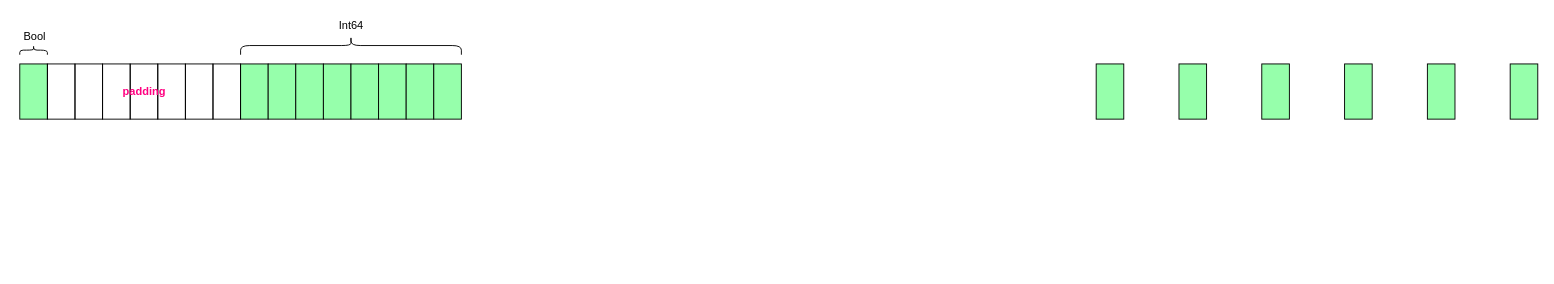
Dcell/drawio keeps this draw.io diagram as ml.drawio. Above is the earlier version. Source tidied: cells renumbered, new cells numbered last; positions are measured from the earlier drawing's top-left corner, leaving out a move shared by most shapes. Both pictures are drawn from the tidied source at 92%, with x=0, y=0 at pixel (16, 16).
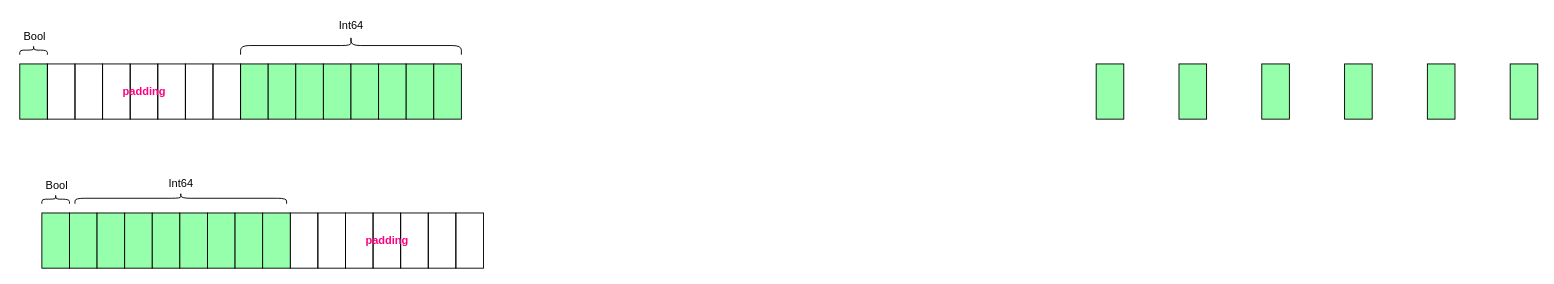
Above is the later version.

The edit, as a diff of the source:
```diff
@@
+    <mxCell id="29" style="rounded=0;whiteSpace=wrap;html=1;strokeColor=#000000;fillColor=#96FFAB;gradientColor=none;flipH=1;" parent="1" vertex="1">
+      <mxGeometry x="28" y="214" width="30" height="60" as="geometry" />
+    </mxCell>
+    <mxCell id="30" style="rounded=0;whiteSpace=wrap;html=1;strokeColor=#000000;fillColor=none;gradientColor=none;flipH=1;" parent="1" vertex="1">
+      <mxGeometry x="298" y="214" width="30" height="60" as="geometry" />
+    </mxCell>
+    <mxCell id="31" style="rounded=0;whiteSpace=wrap;html=1;strokeColor=#000000;fillColor=#96FFAB;gradientColor=none;flipH=1;" parent="1" vertex="1">
+      <mxGeometry x="58" y="214" width="30" height="60" as="geometry" />
+    </mxCell>
+    <mxCell id="32" style="rounded=0;whiteSpace=wrap;html=1;strokeColor=#000000;fillColor=#96FFAB;gradientColor=none;flipH=1;" parent="1" vertex="1">
+      <mxGeometry x="88" y="214" width="30" height="60" as="geometry" />
+    </mxCell>
+    <mxCell id="33" style="rounded=0;whiteSpace=wrap;html=1;strokeColor=#000000;fillColor=#96FFAB;gradientColor=none;flipH=1;" parent="1" vertex="1">
+      <mxGeometry x="118" y="214" width="30" height="60" as="geometry" />
+    </mxCell>
+    <mxCell id="34" style="rounded=0;whiteSpace=wrap;html=1;strokeColor=#000000;fillColor=#96FFAB;gradientColor=none;flipH=1;" parent="1" vertex="1">
+      <mxGeometry x="148" y="214" width="30" height="60" as="geometry" />
+    </mxCell>
+    <mxCell id="35" style="rounded=0;whiteSpace=wrap;html=1;strokeColor=#000000;fillColor=#96FFAB;gradientColor=none;flipH=1;" parent="1" vertex="1">
+      <mxGeometry x="178" y="214" width="30" height="60" as="geometry" />
+    </mxCell>
+    <mxCell id="36" style="rounded=0;whiteSpace=wrap;html=1;strokeColor=#000000;fillColor=#96FFAB;gradientColor=none;flipH=1;" parent="1" vertex="1">
+      <mxGeometry x="208" y="214" width="30" height="60" as="geometry" />
+    </mxCell>
+    <mxCell id="37" style="rounded=0;whiteSpace=wrap;html=1;strokeColor=#000000;fillColor=#96FFAB;gradientColor=none;flipH=1;" parent="1" vertex="1">
+      <mxGeometry x="238" y="214" width="30" height="60" as="geometry" />
+    </mxCell>
+    <mxCell id="38" style="rounded=0;whiteSpace=wrap;html=1;strokeColor=#000000;fillColor=#96FFAB;gradientColor=none;flipH=1;" parent="1" vertex="1">
+      <mxGeometry x="268" y="214" width="30" height="60" as="geometry" />
+    </mxCell>
+    <mxCell id="39" value="Bool" style="text;html=1;align=center;verticalAlign=middle;" parent="1" vertex="1">
+      <mxGeometry x="24" y="174" width="40" height="20" as="geometry" />
+    </mxCell>
+    <mxCell id="40" style="shape=curlyBracket;whiteSpace=wrap;html=1;rounded=1;strokeColor=#000000;fillColor=none;gradientColor=none;direction=south;" parent="1" vertex="1">
+      <mxGeometry x="28" y="194" width="30" height="10" as="geometry" />
+    </mxCell>
+    <mxCell id="41" style="rounded=0;whiteSpace=wrap;html=1;strokeColor=#000000;fillColor=none;gradientColor=none;flipH=1;" parent="1" vertex="1">
+      <mxGeometry x="328" y="214" width="30" height="60" as="geometry" />
+    </mxCell>
+    <mxCell id="42" style="rounded=0;whiteSpace=wrap;html=1;strokeColor=#000000;fillColor=none;gradientColor=none;flipH=1;" parent="1" vertex="1">
+      <mxGeometry x="358" y="214" width="30" height="60" as="geometry" />
+    </mxCell>
+    <mxCell id="43" style="rounded=0;whiteSpace=wrap;html=1;strokeColor=#000000;fillColor=none;gradientColor=none;flipH=1;" parent="1" vertex="1">
+      <mxGeometry x="388" y="214" width="30" height="60" as="geometry" />
+    </mxCell>
+    <mxCell id="44" style="rounded=0;whiteSpace=wrap;html=1;strokeColor=#000000;fillColor=none;gradientColor=none;flipH=1;" parent="1" vertex="1">
+      <mxGeometry x="418" y="214" width="30" height="60" as="geometry" />
+    </mxCell>
+    <mxCell id="45" style="rounded=0;whiteSpace=wrap;html=1;strokeColor=#000000;fillColor=none;gradientColor=none;flipH=1;" parent="1" vertex="1">
+      <mxGeometry x="448" y="214" width="30" height="60" as="geometry" />
+    </mxCell>
+    <mxCell id="46" style="rounded=0;whiteSpace=wrap;html=1;strokeColor=#000000;fillColor=none;gradientColor=none;flipH=1;" parent="1" vertex="1">
+      <mxGeometry x="478" y="214" width="30" height="60" as="geometry" />
+    </mxCell>
+    <mxCell id="47" style="shape=curlyBracket;whiteSpace=wrap;html=1;rounded=1;strokeColor=#000000;fillColor=none;gradientColor=none;direction=south;" parent="1" vertex="1">
+      <mxGeometry x="64" y="192" width="230" height="12" as="geometry" />
+    </mxCell>
+    <mxCell id="48" value="Int64" style="text;html=1;align=center;verticalAlign=middle;" parent="1" vertex="1">
+      <mxGeometry x="159" y="172" width="40" height="20" as="geometry" />
+    </mxCell>
+    <mxCell id="49" value="padding" style="text;html=1;align=center;verticalAlign=middle;fontStyle=1;fontColor=#FF0080;" parent="1" vertex="1">
+      <mxGeometry x="373" y="234" width="60" height="20" as="geometry" />
+    </mxCell>
```
